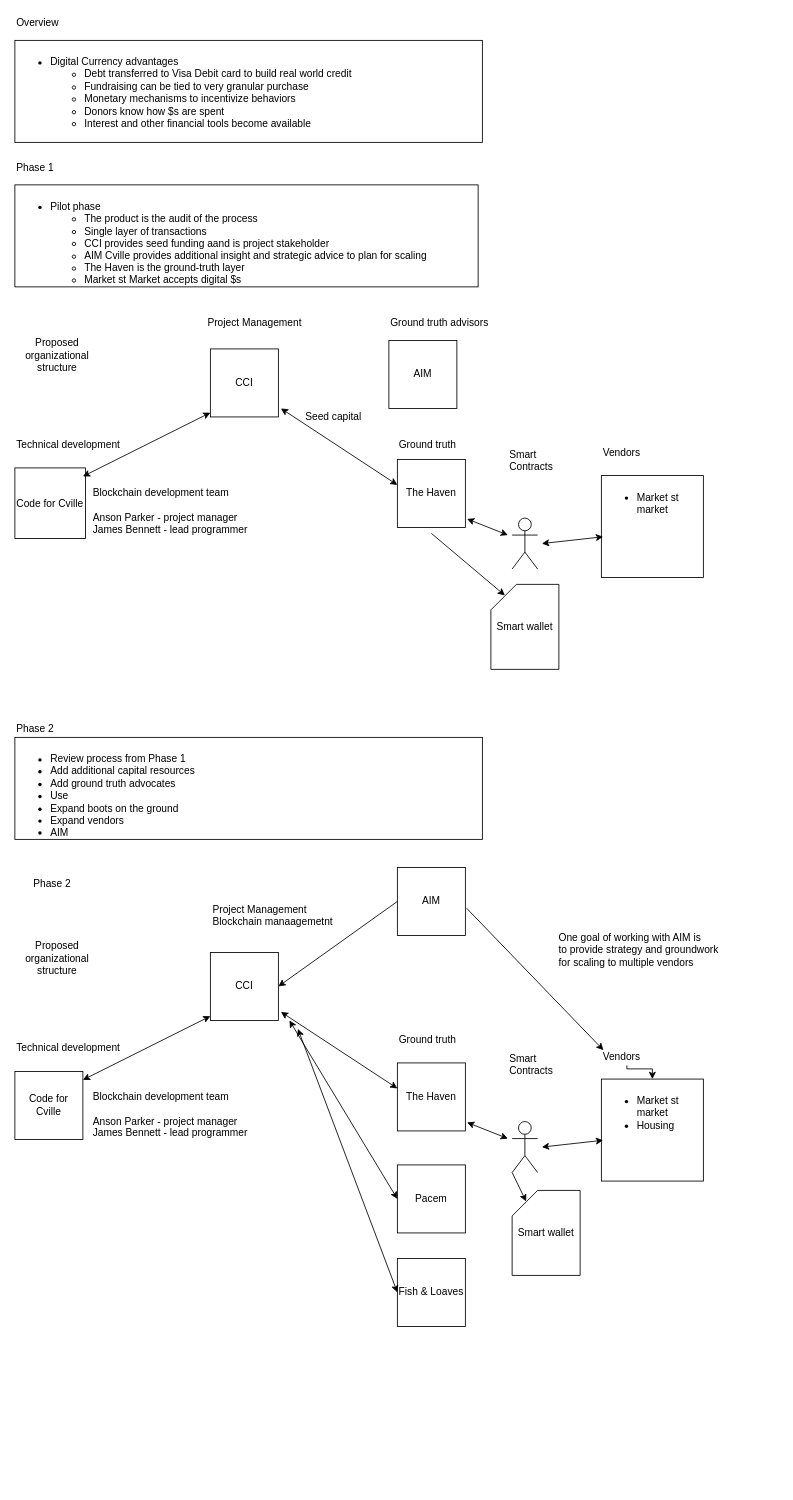
The draw.io diagram cci-blockchain.dio in alibama/code-for-cville, before the edit. Source tidied: cells renumbered, new cells numbered last; positions are measured from the earlier drawing's top-left corner, leaving out a move shared by most shapes. Both pictures are drawn from the tidied source at 85%, with x=0, y=0 at pixel (14, 14).
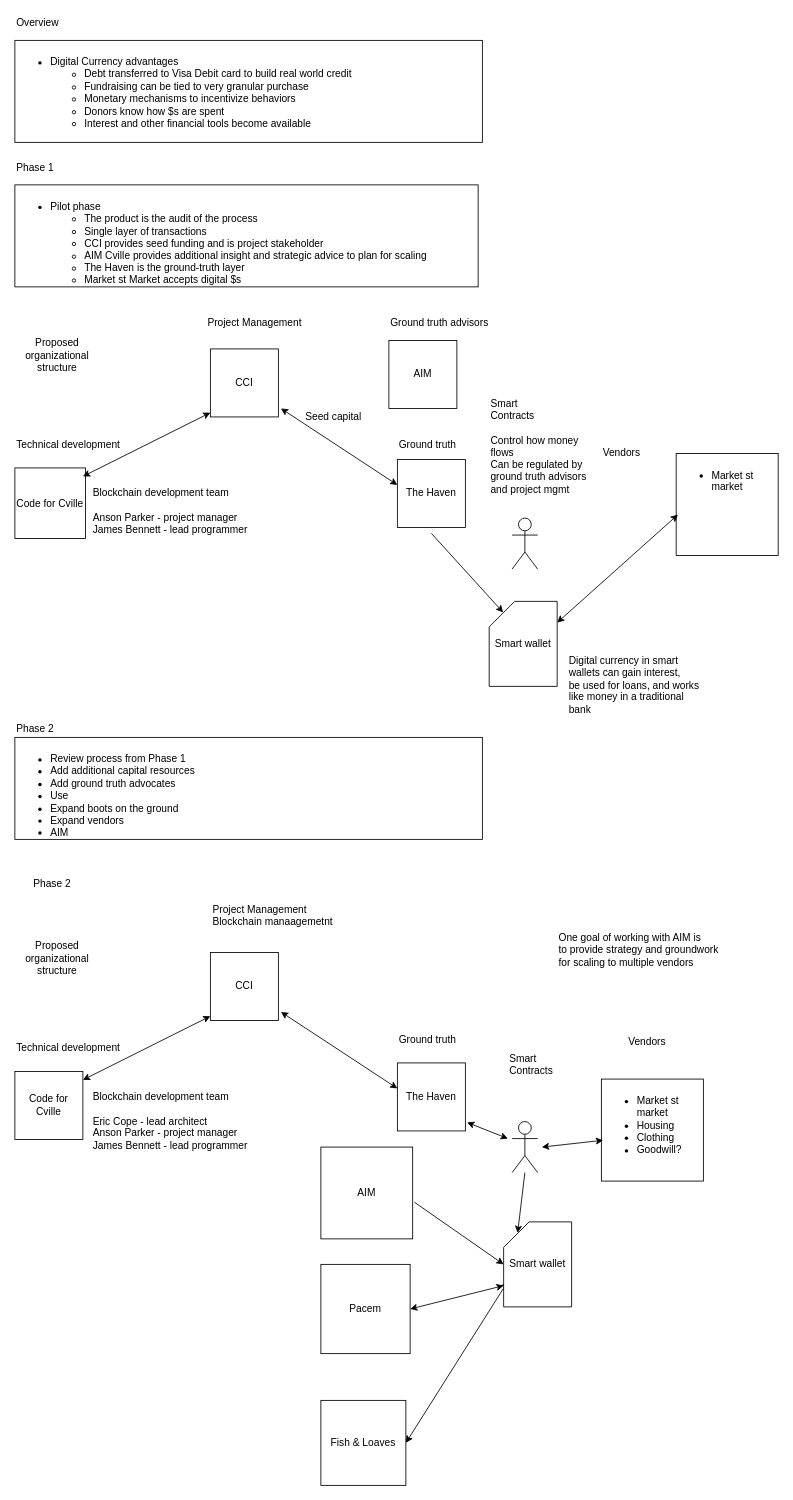
The same page after the edit.

Unchanged cells that the change refers to:
```xml
<mxCell id="4" value="The Haven" style="whiteSpace=wrap;html=1;" parent="1" vertex="1">
  <mxGeometry x="450" y="523" width="80" height="80" as="geometry" />
</mxCell>
<mxCell id="24" value="CCI" style="whiteSpace=wrap;html=1;" parent="1" vertex="1">
  <mxGeometry x="230" y="1103" width="80" height="80" as="geometry" />
</mxCell>
<mxCell id="41" style="shape=umlActor;verticalLabelPosition=bottom;labelBackgroundColor=#ffffff;verticalAlign=top;html=1;" parent="1" vertex="1">
  <mxGeometry x="585" y="1302" width="30" height="60" as="geometry" />
</mxCell>
```

The edit, as a diff of the source:
```diff
@@
     <mxCell id="14" value="&lt;ul&gt;&lt;li&gt;Market st market&lt;/li&gt;&lt;/ul&gt;" style="whiteSpace=wrap;html=1;align=left;verticalAlign=top;" parent="1" vertex="1">
-      <mxGeometry x="690" y="542" width="120" height="120" as="geometry" />
+      <mxGeometry x="778" y="516" width="120" height="120" as="geometry" />
     </mxCell>
@@
-    <mxCell id="19" style="endArrow=classic;startArrow=classic;html=1;exitX=1.025;exitY=0.875;exitPerimeter=0;" parent="1" edge="1" source="4">
-      <mxGeometry relative="1" as="geometry">
-        <mxPoint x="580" y="612" as="targetPoint" />
-      </mxGeometry>
-    </mxCell>
-    <mxCell id="20" value="Smart&amp;nbsp;&lt;div&gt;Contracts&lt;/div&gt;" style="text;html=1;align=left;verticalAlign=top;spacingTop=-4;" parent="1" vertex="1">
-      <mxGeometry x="580" y="508" width="70" height="30" as="geometry" />
+    <mxCell id="20" value="Smart&amp;nbsp;&lt;div&gt;Contracts&lt;/div&gt;&lt;div&gt;&lt;br&gt;&lt;/div&gt;&lt;div&gt;Control how money&amp;nbsp;&lt;/div&gt;&lt;div&gt;flows&lt;/div&gt;&lt;div&gt;Can be regulated by&amp;nbsp;&lt;/div&gt;&lt;div&gt;ground truth advisors&lt;/div&gt;&lt;div&gt;and project mgmt&lt;/div&gt;" style="text;html=1;align=left;verticalAlign=top;spacingTop=-4;" parent="1" vertex="1">
+      <mxGeometry x="558" y="448" width="130" height="110" as="geometry" />
     </mxCell>
@@
-    <mxCell id="23" style="endArrow=classic;startArrow=classic;html=1;entryX=0.017;entryY=0.6;entryPerimeter=0;" parent="1" edge="1" target="14">
-      <mxGeometry relative="1" as="geometry">
-        <mxPoint x="620" y="622" as="sourcePoint" />
-      </mxGeometry>
+    <mxCell id="23" style="endArrow=classic;startArrow=classic;html=1;entryX=0.017;entryY=0.6;entryPerimeter=0;exitX=1;exitY=0.25;" parent="1" edge="1" source="57" target="14">
+      <mxGeometry relative="1" as="geometry" />
     </mxCell>
@@
-    <mxCell id="29" value="&lt;div&gt;Blockchain development team&lt;/div&gt;&lt;div&gt;&lt;br&gt;&lt;/div&gt;Anson Parker - project manager&lt;div&gt;James Bennett - lead programmer&lt;/div&gt;" style="text;html=1;align=left;verticalAlign=top;spacingTop=-4;" parent="1" vertex="1">
-      <mxGeometry x="90" y="1263" width="200" height="60" as="geometry" />
+    <mxCell id="29" value="&lt;div&gt;Blockchain development team&lt;/div&gt;&lt;div&gt;&lt;br&gt;&lt;/div&gt;&lt;div&gt;Eric Cope - lead architect&lt;/div&gt;Anson Parker - project manager&lt;div&gt;James Bennett - lead programmer&lt;/div&gt;" style="text;html=1;align=left;verticalAlign=top;spacingTop=-4;" parent="1" vertex="1">
+      <mxGeometry x="90" y="1263" width="200" height="70" as="geometry" />
     </mxCell>
@@
-    <mxCell id="35" value="&lt;ul&gt;&lt;li&gt;Market st market&lt;/li&gt;&lt;li&gt;Housing&lt;/li&gt;&lt;/ul&gt;" style="whiteSpace=wrap;html=1;align=left;verticalAlign=top;" parent="1" vertex="1">
+    <mxCell id="35" value="&lt;ul&gt;&lt;li&gt;Market st market&lt;/li&gt;&lt;li&gt;Housing&lt;/li&gt;&lt;li&gt;Clothing&lt;/li&gt;&lt;li&gt;Goodwill?&lt;/li&gt;&lt;/ul&gt;" style="whiteSpace=wrap;html=1;align=left;verticalAlign=top;" parent="1" vertex="1">
       <mxGeometry x="690" y="1252" width="120" height="120" as="geometry" />
     </mxCell>
-    <mxCell id="36" style="edgeStyle=orthogonalEdgeStyle;rounded=0;html=1;jettySize=auto;" parent="1" edge="1" source="37" target="35">
-      <mxGeometry relative="1" as="geometry">
-        <Array as="points">
-          <mxPoint x="720" y="1240" />
-          <mxPoint x="750" y="1240" />
-        </Array>
-      </mxGeometry>
-    </mxCell>
     <mxCell id="37" value="Vendors" style="text;html=1;points=[];align=left;verticalAlign=top;spacingTop=-4;" parent="1" vertex="1">
-      <mxGeometry x="690" y="1216" width="60" height="20" as="geometry" />
+      <mxGeometry x="720" y="1198" width="60" height="20" as="geometry" />
     </mxCell>
@@
     <mxCell id="43" value="Pacem" style="whiteSpace=wrap;html=1;" parent="1" vertex="1">
-      <mxGeometry x="450" y="1353" width="80" height="80" as="geometry" />
+      <mxGeometry x="360" y="1470" width="105" height="105" as="geometry" />
     </mxCell>
     <mxCell id="44" value="Fish &amp;amp; Loaves" style="whiteSpace=wrap;html=1;" parent="1" vertex="1">
-      <mxGeometry x="450" y="1463" width="80" height="80" as="geometry" />
+      <mxGeometry x="360" y="1630" width="100" height="100" as="geometry" />
     </mxCell>
     <mxCell id="45" value="AIM" style="whiteSpace=wrap;html=1;" parent="1" vertex="1">
-      <mxGeometry x="450" y="1003" width="80" height="80" as="geometry" />
+      <mxGeometry x="360" y="1332" width="108" height="108" as="geometry" />
     </mxCell>
@@
-    <mxCell id="47" value="&lt;div&gt;&lt;ul&gt;&lt;li&gt;Pilot phase&lt;/li&gt;&lt;ul&gt;&lt;li&gt;The product is the audit of the process&lt;/li&gt;&lt;li&gt;Single layer of transactions&lt;/li&gt;&lt;li&gt;CCI provides seed funding aand is project stakeholder&lt;/li&gt;&lt;li&gt;AIM Cville provides additional insight and strategic advice to plan for scaling&lt;/li&gt;&lt;li&gt;The Haven is the ground-truth layer&lt;/li&gt;&lt;li&gt;Market st Market accepts digital $s&amp;nbsp;&lt;/li&gt;&lt;/ul&gt;&lt;/ul&gt;&lt;/div&gt;&lt;div&gt;&lt;br&gt;&lt;/div&gt;&lt;div&gt;&lt;br&gt;&lt;/div&gt;&lt;div&gt;&lt;br&gt;&lt;/div&gt;" style="rounded=0;whiteSpace=wrap;html=1;align=left;verticalAlign=top;" parent="1" vertex="1">
+    <mxCell id="47" value="&lt;div&gt;&lt;ul&gt;&lt;li&gt;Pilot phase&lt;/li&gt;&lt;ul&gt;&lt;li&gt;The product is the audit of the process&lt;/li&gt;&lt;li&gt;Single layer of transactions&lt;/li&gt;&lt;li&gt;CCI provides seed funding and is project stakeholder&lt;/li&gt;&lt;li&gt;AIM Cville provides additional insight and strategic advice to plan for scaling&lt;/li&gt;&lt;li&gt;The Haven is the ground-truth layer&lt;/li&gt;&lt;li&gt;Market st Market accepts digital $s&amp;nbsp;&lt;/li&gt;&lt;/ul&gt;&lt;/ul&gt;&lt;/div&gt;&lt;div&gt;&lt;br&gt;&lt;/div&gt;&lt;div&gt;&lt;br&gt;&lt;/div&gt;&lt;div&gt;&lt;br&gt;&lt;/div&gt;" style="rounded=0;whiteSpace=wrap;html=1;align=left;verticalAlign=top;" parent="1" vertex="1">
       <mxGeometry y="200" width="545" height="120" as="geometry" />
     </mxCell>
-    <mxCell id="48" style="endArrow=classic;html=1;entryX=1;entryY=0.5;exitX=0;exitY=0.5;" parent="1" edge="1" source="45" target="24">
-      <mxGeometry relative="1" as="geometry" />
-    </mxCell>
-    <mxCell id="49" style="endArrow=classic;startArrow=classic;html=1;exitX=0;exitY=0.5;" parent="1" edge="1" source="43">
-      <mxGeometry relative="1" as="geometry">
-        <mxPoint x="323" y="1183" as="targetPoint" />
-      </mxGeometry>
+    <mxCell id="49" style="endArrow=classic;startArrow=classic;html=1;exitX=1;exitY=0.5;entryX=0;entryY=0.75;" parent="1" edge="1" source="43" target="55">
+      <mxGeometry relative="1" as="geometry" />
     </mxCell>
-    <mxCell id="50" style="endArrow=classic;startArrow=classic;html=1;exitX=0;exitY=0.5;" parent="1" edge="1" source="44">
+    <mxCell id="50" style="endArrow=classic;startArrow=classic;html=1;exitX=1;exitY=0.5;" parent="1" edge="1" source="44">
       <mxGeometry relative="1" as="geometry">
-        <mxPoint x="333" y="1193" as="targetPoint" />
+        <mxPoint x="580" y="1490" as="targetPoint" />
       </mxGeometry>
     </mxCell>
@@
-    <mxCell id="53" style="endArrow=classic;html=1;entryX=0.041;entryY=0.1;entryPerimeter=0;exitX=1.018;exitY=0.6;exitPerimeter=0;" parent="1" edge="1" source="45" target="37">
+    <mxCell id="53" style="endArrow=classic;html=1;entryX=0;entryY=0.5;exitX=1.018;exitY=0.6;exitPerimeter=0;" parent="1" edge="1" source="45" target="55">
       <mxGeometry relative="1" as="geometry" />
     </mxCell>
@@
     <mxCell id="55" value="Smart wallet" style="shape=card;whiteSpace=wrap;html=1;" parent="1" vertex="1">
-      <mxGeometry x="585" y="1383" width="80" height="100" as="geometry" />
+      <mxGeometry x="575" y="1420" width="80" height="100" as="geometry" />
     </mxCell>
-    <mxCell id="56" style="endArrow=classic;html=1;entryX=0.206;entryY=0.13;entryPerimeter=0;exitX=0;exitY=1;exitPerimeter=0;" parent="1" edge="1" source="41" target="55">
-      <mxGeometry relative="1" as="geometry" />
+    <mxCell id="56" style="endArrow=classic;html=1;entryX=0.206;entryY=0.13;entryPerimeter=0;" parent="1" edge="1" target="55">
+      <mxGeometry relative="1" as="geometry">
+        <mxPoint x="600" y="1362" as="sourcePoint" />
+      </mxGeometry>
     </mxCell>
     <mxCell id="57" value="Smart wallet" style="shape=card;whiteSpace=wrap;html=1;" parent="1" vertex="1">
-      <mxGeometry x="560" y="670" width="80" height="100" as="geometry" />
+      <mxGeometry x="558" y="690" width="80" height="100" as="geometry" />
     </mxCell>
@@
+    <mxCell id="59" value="Digital currency in smart&lt;div&gt;wallets can gain interest,&amp;nbsp;&lt;/div&gt;&lt;div&gt;be used for loans, and works&lt;/div&gt;&lt;div&gt;like money in a traditional&amp;nbsp;&lt;/div&gt;&lt;div&gt;bank&lt;/div&gt;" style="text;html=1;align=left;verticalAlign=top;spacingTop=-4;" parent="1" vertex="1">
+      <mxGeometry x="650" y="750" width="170" height="70" as="geometry" />
+    </mxCell>
```
